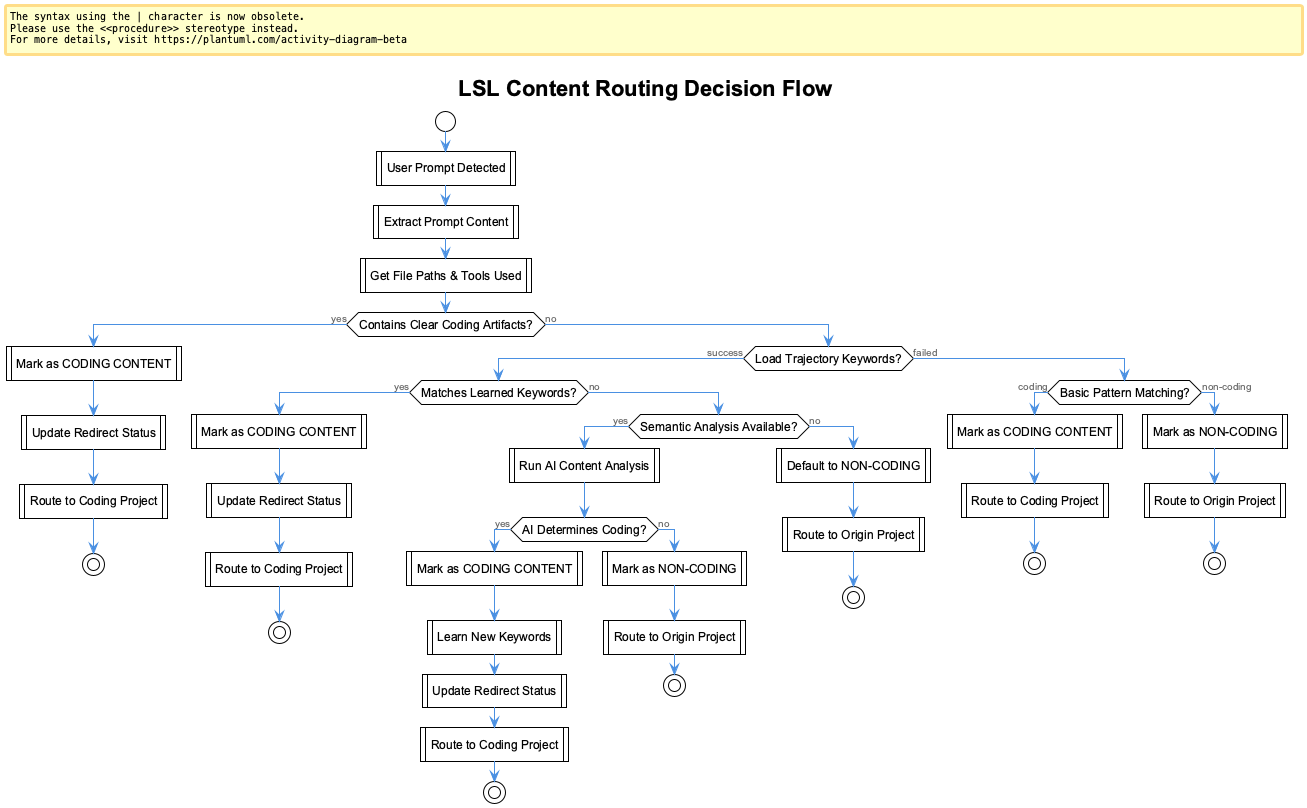
This is docs/images/redirect-decision-flow.png from davidraehles/agentic-coding-framework, a PlantUML export, as it was before one commit.
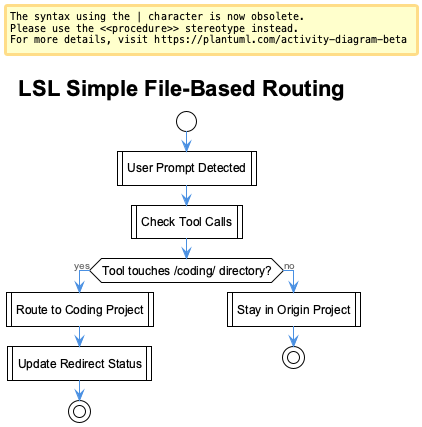
Later version of the same file.

Change to the diagram source:
```diff
@@ -1,57 +1,20 @@
 @startuml
 !include _standard-style.puml
-title LSL Content Routing Decision Flow
+title LSL Simple File-Based Routing
 
 start
 
 :User Prompt Detected|
 
-:Extract Prompt Content|
-:Get File Paths & Tools Used|
+:Check Tool Calls|
 
-if (Contains Clear Coding Artifacts?) then (yes)
-  :Mark as CODING CONTENT|
+if (Tool touches /coding/ directory?) then (yes)
+  :Route to Coding Project|
   :Update Redirect Status|
-  :Route to Coding Project|
   stop
 else (no)
-  if (Load Trajectory Keywords?) then (success)
-    if (Matches Learned Keywords?) then (yes)
-      :Mark as CODING CONTENT|
-      :Update Redirect Status|
-      :Route to Coding Project|
-      stop
-    else (no)
-      if (Semantic Analysis Available?) then (yes)
-        :Run AI Content Analysis|
-        if (AI Determines Coding?) then (yes)
-          :Mark as CODING CONTENT|
-          :Learn New Keywords|
-          :Update Redirect Status|
-          :Route to Coding Project|
-          stop
-        else (no)
-          :Mark as NON-CODING|
-          :Route to Origin Project|
-          stop
-        endif
-      else (no)
-        :Default to NON-CODING|
-        :Route to Origin Project|
-        stop
-      endif
-    endif
-  else (failed)
-    if (Basic Pattern Matching?) then (coding)
-      :Mark as CODING CONTENT|
-      :Route to Coding Project|
-      stop
-    else (non-coding)
-      :Mark as NON-CODING|
-      :Route to Origin Project|
-      stop
-    endif
-  endif
+  :Stay in Origin Project|
+  stop
 endif
 
 
```
